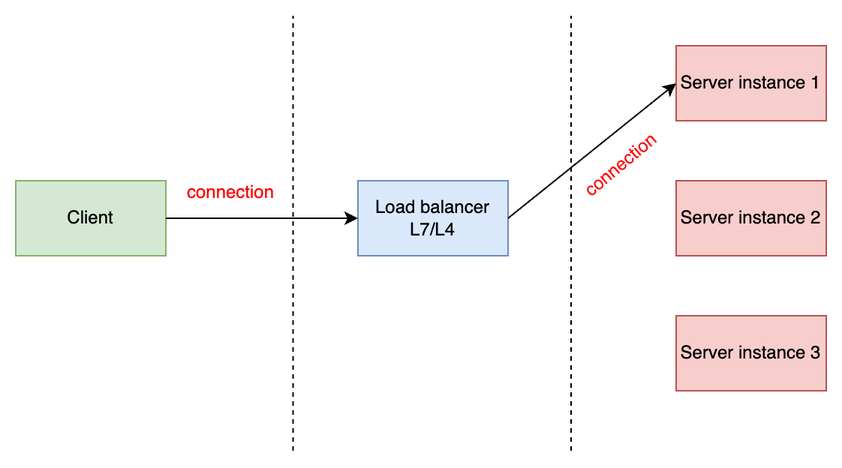
dntam00/notes-ngtam keeps this draw.io diagram as posts/img/grpc-connection-load-balancing.png. Above is the earlier version. Source tidied: cells renumbered, new cells last; positions are measured from the earlier drawing's top-left corner, leaving out a move shared by most shapes. Its diagram source:
```xml
<mxGraphModel>
  <root>
    <mxCell id="0" />
    <mxCell id="1" parent="0" />
    <mxCell id="2" value="Server instance 1" style="rounded=0;whiteSpace=wrap;html=1;fillColor=#f8cecc;strokeColor=#b85450;" parent="1" vertex="1">
      <mxGeometry x="440" y="20" width="100" height="50" as="geometry" />
    </mxCell>
    <mxCell id="3" value="Server instance 2" style="rounded=0;whiteSpace=wrap;html=1;fillColor=#f8cecc;strokeColor=#b85450;" parent="1" vertex="1">
      <mxGeometry x="440" y="110" width="100" height="50" as="geometry" />
    </mxCell>
    <mxCell id="4" value="Server instance 3" style="rounded=0;whiteSpace=wrap;html=1;fillColor=#f8cecc;strokeColor=#b85450;" parent="1" vertex="1">
      <mxGeometry x="440" y="200" width="100" height="50" as="geometry" />
    </mxCell>
    <mxCell id="5" value="Load balancer&lt;br&gt;L7/L4" style="rounded=0;whiteSpace=wrap;html=1;fillColor=#dae8fc;strokeColor=#6c8ebf;" parent="1" vertex="1">
      <mxGeometry x="228" y="110" width="100" height="50" as="geometry" />
    </mxCell>
    <mxCell id="6" style="endArrow=none;dashed=1;html=1;rounded=0;" parent="1" edge="1">
      <mxGeometry relative="1" as="geometry">
        <mxPoint x="184.7" y="290" as="sourcePoint" />
        <mxPoint x="184.7" as="targetPoint" />
      </mxGeometry>
    </mxCell>
    <mxCell id="7" style="endArrow=none;dashed=1;html=1;rounded=0;" parent="1" edge="1">
      <mxGeometry relative="1" as="geometry">
        <mxPoint x="370" y="290" as="sourcePoint" />
        <mxPoint x="370" as="targetPoint" />
      </mxGeometry>
    </mxCell>
    <mxCell id="8" value="Client" style="rounded=0;whiteSpace=wrap;html=1;fillColor=#d5e8d4;strokeColor=#82b366;" parent="1" vertex="1">
      <mxGeometry y="110" width="100" height="50" as="geometry" />
    </mxCell>
    <mxCell id="9" style="endArrow=classic;html=1;rounded=0;exitX=1;exitY=0.5;exitDx=0;exitDy=0;entryX=0;entryY=0.5;entryDx=0;entryDy=0;" parent="1" edge="1" source="8" target="5">
      <mxGeometry relative="1" as="geometry" />
    </mxCell>
    <mxCell id="10" style="endArrow=classic;html=1;rounded=0;entryX=0;entryY=0.5;entryDx=0;entryDy=0;exitX=1;exitY=0.5;exitDx=0;exitDy=0;" parent="1" edge="1" source="5" target="2">
      <mxGeometry relative="1" as="geometry" />
    </mxCell>
    <mxCell id="11" value="connection" style="text;html=1;align=center;verticalAlign=middle;strokeColor=none;fillColor=none;fontColor=#FF0000;labelBackgroundColor=none;" parent="1" vertex="1">
      <mxGeometry x="103" y="103" width="80" height="30" as="geometry" />
    </mxCell>
    <mxCell id="12" value="connection" style="text;html=1;align=center;verticalAlign=middle;strokeColor=none;fillColor=none;rotation=-40;fontColor=#FF0000;" parent="1" vertex="1">
      <mxGeometry x="363" y="85" width="80" height="30" as="geometry" />
    </mxCell>
  </root>
</mxGraphModel>
```
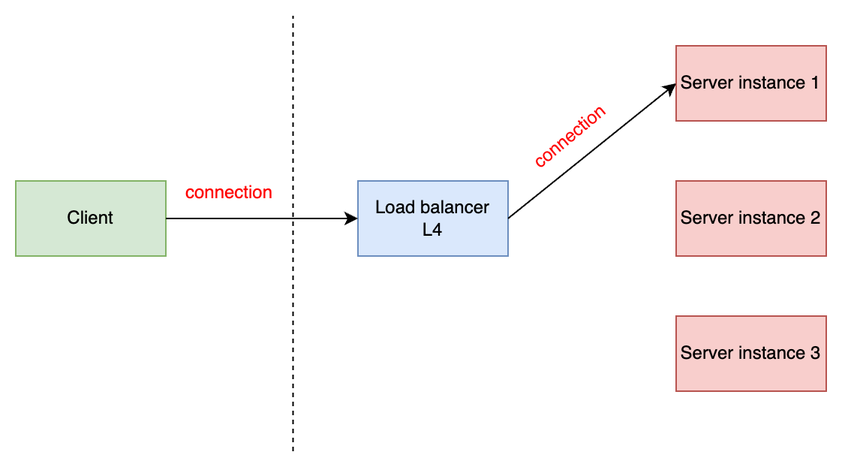
After the commit.

Diff of the diagram source:
```diff
@@ -11,7 +11,7 @@
     <mxCell id="4" value="Server instance 3" style="rounded=0;whiteSpace=wrap;html=1;fillColor=#f8cecc;strokeColor=#b85450;" parent="1" vertex="1">
       <mxGeometry x="440" y="200" width="100" height="50" as="geometry" />
     </mxCell>
-    <mxCell id="5" value="Load balancer&lt;br&gt;L7/L4" style="rounded=0;whiteSpace=wrap;html=1;fillColor=#dae8fc;strokeColor=#6c8ebf;" parent="1" vertex="1">
+    <mxCell id="5" value="Load balancer&lt;br&gt;L4" style="rounded=0;whiteSpace=wrap;html=1;fillColor=#dae8fc;strokeColor=#6c8ebf;" parent="1" vertex="1">
       <mxGeometry x="228" y="110" width="100" height="50" as="geometry" />
     </mxCell>
     <mxCell id="6" style="endArrow=none;dashed=1;html=1;rounded=0;" parent="1" edge="1">
@@ -20,26 +20,20 @@
         <mxPoint x="184.7" as="targetPoint" />
       </mxGeometry>
     </mxCell>
-    <mxCell id="7" style="endArrow=none;dashed=1;html=1;rounded=0;" parent="1" edge="1">
-      <mxGeometry relative="1" as="geometry">
-        <mxPoint x="370" y="290" as="sourcePoint" />
-        <mxPoint x="370" as="targetPoint" />
-      </mxGeometry>
+    <mxCell id="7" value="Client" style="rounded=0;whiteSpace=wrap;html=1;fillColor=#d5e8d4;strokeColor=#82b366;" parent="1" vertex="1">
+      <mxGeometry y="110" width="100" height="50" as="geometry" />
     </mxCell>
-    <mxCell id="8" value="Client" style="rounded=0;whiteSpace=wrap;html=1;fillColor=#d5e8d4;strokeColor=#82b366;" parent="1" vertex="1">
-      <mxGeometry y="110" width="100" height="50" as="geometry" />
+    <mxCell id="8" style="endArrow=classic;html=1;rounded=0;exitX=1;exitY=0.5;exitDx=0;exitDy=0;entryX=0;entryY=0.5;entryDx=0;entryDy=0;" parent="1" edge="1" source="7" target="5">
+      <mxGeometry relative="1" as="geometry" />
     </mxCell>
-    <mxCell id="9" style="endArrow=classic;html=1;rounded=0;exitX=1;exitY=0.5;exitDx=0;exitDy=0;entryX=0;entryY=0.5;entryDx=0;entryDy=0;" parent="1" edge="1" source="8" target="5">
+    <mxCell id="9" style="endArrow=classic;html=1;rounded=0;entryX=0;entryY=0.5;entryDx=0;entryDy=0;exitX=1;exitY=0.5;exitDx=0;exitDy=0;" parent="1" edge="1" source="5" target="2">
       <mxGeometry relative="1" as="geometry" />
     </mxCell>
-    <mxCell id="10" style="endArrow=classic;html=1;rounded=0;entryX=0;entryY=0.5;entryDx=0;entryDy=0;exitX=1;exitY=0.5;exitDx=0;exitDy=0;" parent="1" edge="1" source="5" target="2">
-      <mxGeometry relative="1" as="geometry" />
+    <mxCell id="10" value="connection" style="text;html=1;align=center;verticalAlign=middle;strokeColor=none;fillColor=none;fontColor=#FF0000;" parent="1" vertex="1">
+      <mxGeometry x="102" y="103" width="80" height="30" as="geometry" />
     </mxCell>
-    <mxCell id="11" value="connection" style="text;html=1;align=center;verticalAlign=middle;strokeColor=none;fillColor=none;fontColor=#FF0000;labelBackgroundColor=none;" parent="1" vertex="1">
-      <mxGeometry x="103" y="103" width="80" height="30" as="geometry" />
+    <mxCell id="11" value="connection" style="text;html=1;align=center;verticalAlign=middle;strokeColor=none;fillColor=none;fontColor=#FF0000;rotation=-40;" parent="1" vertex="1">
+      <mxGeometry x="329" y="66" width="80" height="30" as="geometry" />
     </mxCell>
-    <mxCell id="12" value="connection" style="text;html=1;align=center;verticalAlign=middle;strokeColor=none;fillColor=none;rotation=-40;fontColor=#FF0000;" parent="1" vertex="1">
-      <mxGeometry x="363" y="85" width="80" height="30" as="geometry" />
-    </mxCell>
   </root>
 </mxGraphModel>
```
